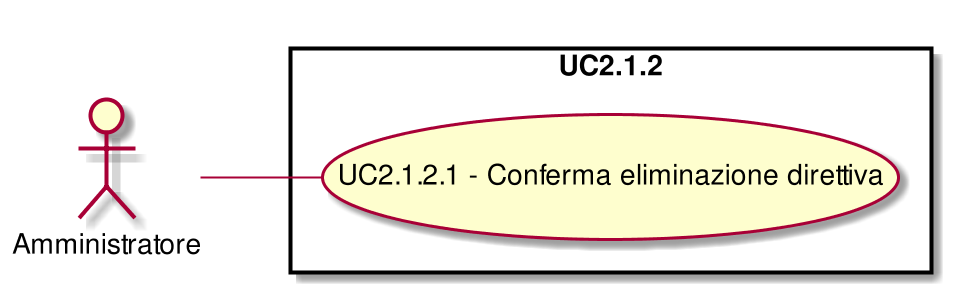
CoCodeSWE/Docs keeps this PlantUML diagram as RR/Esterni/AnalisiDeiRequisiti/images/UseCaseUC212.png. Above is the earlier version.
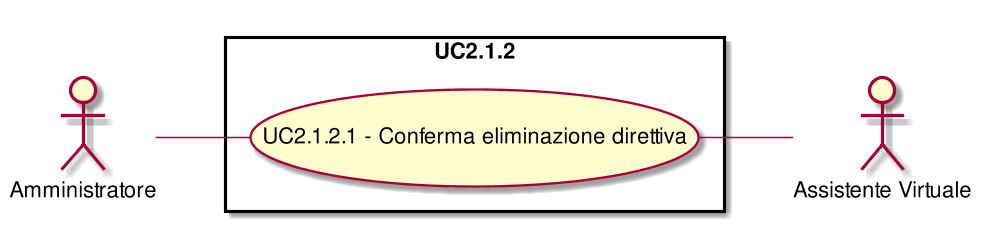
The same diagram one commit later.

The edit, as a diff of the source:
```diff
@@ -3,8 +3,11 @@
 left to right direction
 skinparam packageStyle rect
 :Amministratore:
+:Assistente Virtuale:
 rectangle UC2.1.2{
 ( UC2.1.2.1 - Conferma eliminazione direttiva ) as (UC2.1.2.1)
 :Amministratore:--(UC2.1.2.1)
+( UC2.1.2.1 - Conferma eliminazione direttiva ) as (UC2.1.2.1)
+(UC2.1.2.1)--:Assistente Virtuale:
 }
 @enduml
```
